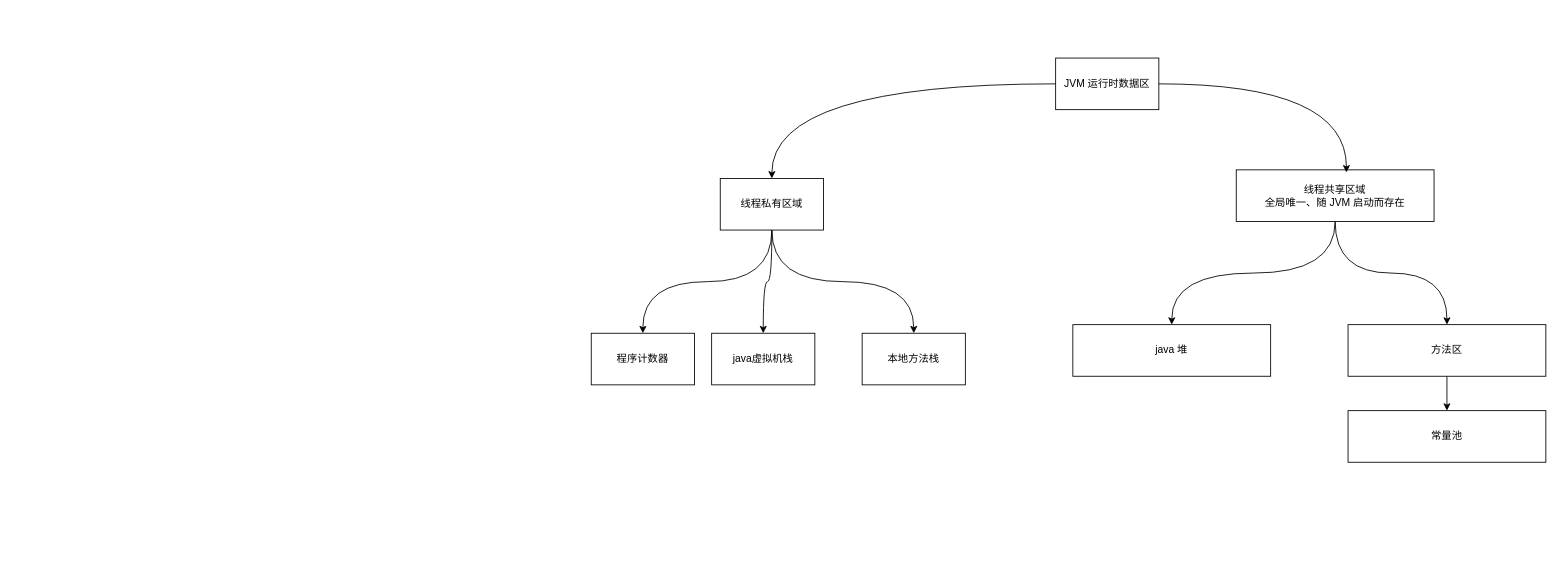
The draw.io diagram 1-java/4-jvm/从内存模型到 OOM 排查.drawio in vic868/Deliberate, before the edit. Source tidied: cells renumbered, new cells numbered last; positions are measured from the earlier drawing's top-left corner, leaving out a move shared by most shapes. Both pictures are drawn from the tidied source at 86%, with x=0, y=0 at pixel (591, 58).
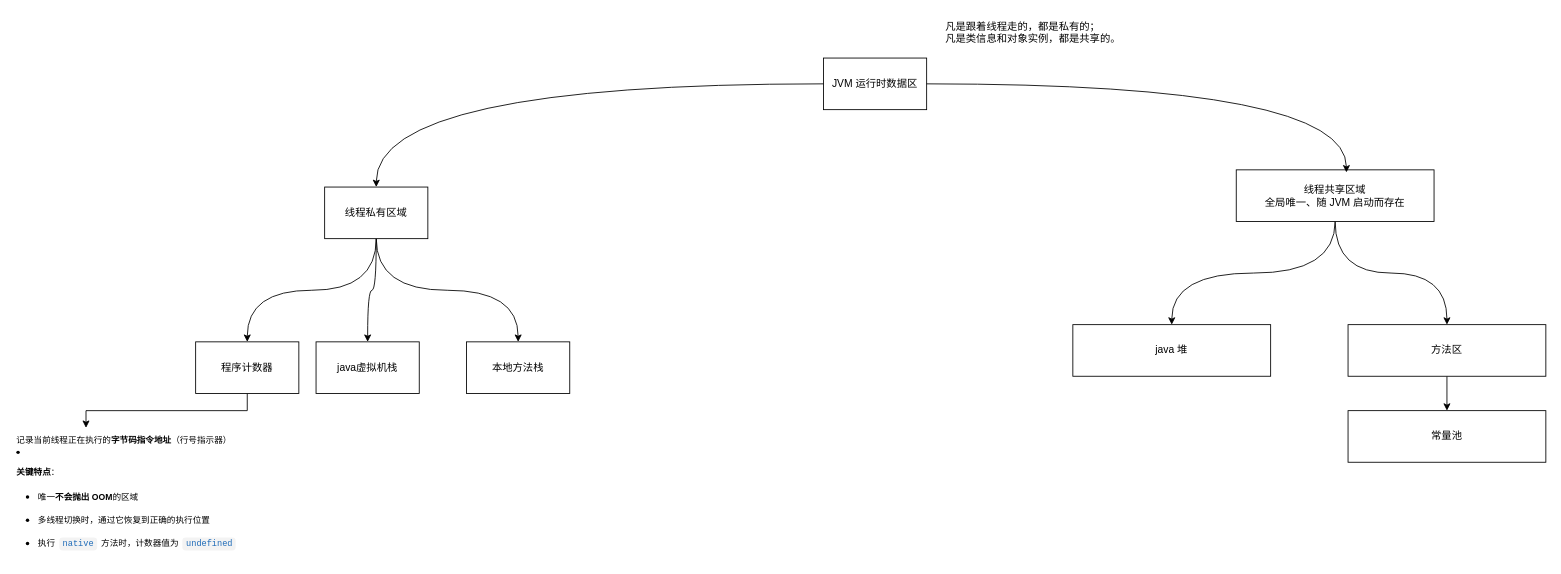
The same diagram, later.

Commit message:
vault backup: 2026-10-23 04:05:03

The edit, as a diff of the source:
```diff
@@
     <mxCell id="2" value="JVM 运行时数据区" style="rounded=0;whiteSpace=wrap;html=1;" parent="1" vertex="1">
-      <mxGeometry x="540" width="120" height="60" as="geometry" />
+      <mxGeometry x="270" width="120" height="60" as="geometry" />
     </mxCell>
@@
     <mxCell id="6" value="线程私有区域" style="rounded=0;whiteSpace=wrap;html=1;" parent="1" vertex="1">
-      <mxGeometry x="150" y="140" width="120" height="60" as="geometry" />
+      <mxGeometry x="-310" y="150" width="120" height="60" as="geometry" />
     </mxCell>
@@
+    <mxCell id="19" style="edgeStyle=orthogonalEdgeStyle;rounded=0;jettySize=auto;html=1;entryX=0.25;entryY=0;entryDx=0;entryDy=0;defaultLabelBackgroundColor=page;" parent="1" edge="1" source="11" target="21">
+      <mxGeometry relative="1" as="geometry" />
+    </mxCell>
     <mxCell id="11" value="程序计数器" style="rounded=0;whiteSpace=wrap;html=1;" parent="1" vertex="1">
-      <mxGeometry y="320" width="120" height="60" as="geometry" />
+      <mxGeometry x="-460" y="330" width="120" height="60" as="geometry" />
     </mxCell>
     <mxCell id="12" value="java虚拟机栈" style="rounded=0;whiteSpace=wrap;html=1;" parent="1" vertex="1">
-      <mxGeometry x="140" y="320" width="120" height="60" as="geometry" />
+      <mxGeometry x="-320" y="330" width="120" height="60" as="geometry" />
     </mxCell>
     <mxCell id="13" value="本地方法栈" style="rounded=0;whiteSpace=wrap;html=1;" parent="1" vertex="1">
-      <mxGeometry x="315" y="320" width="120" height="60" as="geometry" />
+      <mxGeometry x="-145" y="330" width="120" height="60" as="geometry" />
     </mxCell>
@@
+    <mxCell id="20" value="&lt;span style=&quot;color: rgb(0, 0, 0); background: none left top / auto no-repeat scroll padding-box border-box rgba(0, 0, 0, 0); width: auto; height: auto; margin: 0px; padding: 0px; border-style: none; border-width: 3px; border-color: rgba(0, 0, 0, 0.4); border-radius: 0px; visibility: visible;&quot;&gt;&lt;span style=&quot;visibility: visible;&quot;&gt;凡是跟着线程走的，都是私有的；&lt;/span&gt;&lt;/span&gt;&lt;div&gt;&lt;span style=&quot;color: rgb(0, 0, 0); background: none left top / auto no-repeat scroll padding-box border-box rgba(0, 0, 0, 0); width: auto; height: auto; margin: 0px; padding: 0px; border-style: none; border-width: 3px; border-color: rgba(0, 0, 0, 0.4); border-radius: 0px; visibility: visible;&quot;&gt;&lt;span style=&quot;visibility: visible;&quot;&gt;凡是类信息和对象实例，都是共享的&lt;/span&gt;&lt;/span&gt;&lt;span style=&quot;visibility: visible;&quot;&gt;。&lt;/span&gt;&lt;/div&gt;" style="text;whiteSpace=wrap;html=1;fontStyle=0;" parent="1" vertex="1">
+      <mxGeometry x="410" y="-50" width="420" height="40" as="geometry" />
+    </mxCell>
+    <mxCell id="21" value="&lt;font style=&quot;font-size: 10px;&quot;&gt;记录当前线程正在执行的&lt;strong style=&quot;color: rgb(0, 0, 0); font-weight: bold; background: none left top / auto no-repeat scroll padding-box border-box rgba(0, 0, 0, 0); width: auto; height: auto; margin: 0px; padding: 0px; border-style: none; border-width: 3px; border-color: rgba(0, 0, 0, 0.4); border-radius: 0px;&quot;&gt;&lt;span&gt;字节码指令地址&lt;/span&gt;&lt;/strong&gt;（行号指示器）&lt;/font&gt;&lt;div&gt;&lt;li&gt;&lt;section style=&quot;margin-top: 5px; margin-bottom: 5px; color: rgb(1, 1, 1); line-height: 1.8em; letter-spacing: 0em;&quot;&gt;&lt;font style=&quot;font-size: 10px;&quot;&gt;&lt;strong style=&quot;color: rgb(0, 0, 0); font-weight: bold; background: none left top / auto no-repeat scroll padding-box border-box rgba(0, 0, 0, 0); width: auto; height: auto; margin: 0px; padding: 0px; border-style: none; border-width: 3px; border-color: rgba(0, 0, 0, 0.4); border-radius: 0px;&quot;&gt;关键特点&lt;/strong&gt;&lt;span&gt;：&lt;/span&gt;&lt;/font&gt;&lt;/section&gt;&lt;/li&gt;&lt;ul style=&quot;margin: 8px 0px; padding: 0px 0px 0px 25px;&quot; class=&quot;list-paddingleft-1&quot;&gt;&lt;li&gt;&lt;section style=&quot;margin-top: 5px; margin-bottom: 5px; color: rgb(1, 1, 1); line-height: 1.8em; letter-spacing: 0em;&quot;&gt;&lt;font style=&quot;font-size: 10px;&quot;&gt;&lt;span&gt;唯一&lt;/span&gt;&lt;strong style=&quot;color: rgb(0, 0, 0); font-weight: bold; background: none left top / auto no-repeat scroll padding-box border-box rgba(0, 0, 0, 0); width: auto; height: auto; margin: 0px; padding: 0px; border-style: none; border-width: 3px; border-color: rgba(0, 0, 0, 0.4); border-radius: 0px;&quot;&gt;不会抛出 OOM&lt;/strong&gt;&lt;span&gt;的区域&lt;/span&gt;&lt;/font&gt;&lt;/section&gt;&lt;/li&gt;&lt;li&gt;&lt;section style=&quot;margin-top: 5px; margin-bottom: 5px; color: rgb(1, 1, 1); line-height: 1.8em; letter-spacing: 0em;&quot;&gt;&lt;span&gt;&lt;font style=&quot;font-size: 10px;&quot;&gt;多线程切换时，通过它恢复到正确的执行位置&lt;/font&gt;&lt;/span&gt;&lt;/section&gt;&lt;/li&gt;&lt;li&gt;&lt;section style=&quot;margin-top: 5px; margin-bottom: 5px; color: rgb(1, 1, 1); line-height: 1.8em; letter-spacing: 0em;&quot;&gt;&lt;font style=&quot;font-size: 10px;&quot;&gt;执行 &lt;code style=&quot;color: rgb(30, 107, 184); line-height: 1.8em; letter-spacing: 0em; background: none left top / auto no-repeat scroll padding-box border-box rgba(27, 31, 35, 0.05); width: auto; margin: 0px 2px; padding: 2px 4px; border-style: none; border-width: 3px; border-color: rgb(0, 0, 0) rgba(0, 0, 0, 0.4) rgba(0, 0, 0, 0.4); border-radius: 4px; overflow-wrap: break-word; font-family: Consolas, Monaco, Menlo, monospace; word-break: break-all;&quot;&gt;&lt;span&gt;native&lt;/span&gt;&lt;/code&gt; 方法时，计数器值为 &lt;code style=&quot;color: rgb(30, 107, 184); line-height: 1.8em; letter-spacing: 0em; background: none left top / auto no-repeat scroll padding-box border-box rgba(27, 31, 35, 0.05); width: auto; margin: 0px 2px; padding: 2px 4px; border-style: none; border-width: 3px; border-color: rgb(0, 0, 0) rgba(0, 0, 0, 0.4) rgba(0, 0, 0, 0.4); border-radius: 4px; overflow-wrap: break-word; font-family: Consolas, Monaco, Menlo, monospace; word-break: break-all;&quot;&gt;undefined&lt;/code&gt;&lt;/font&gt;&lt;/section&gt;&lt;/li&gt;&lt;/ul&gt;&lt;/div&gt;" style="text;whiteSpace=wrap;html=1;" parent="1" vertex="1">
+      <mxGeometry x="-670" y="430" width="330" height="150" as="geometry" />
+    </mxCell>
```
